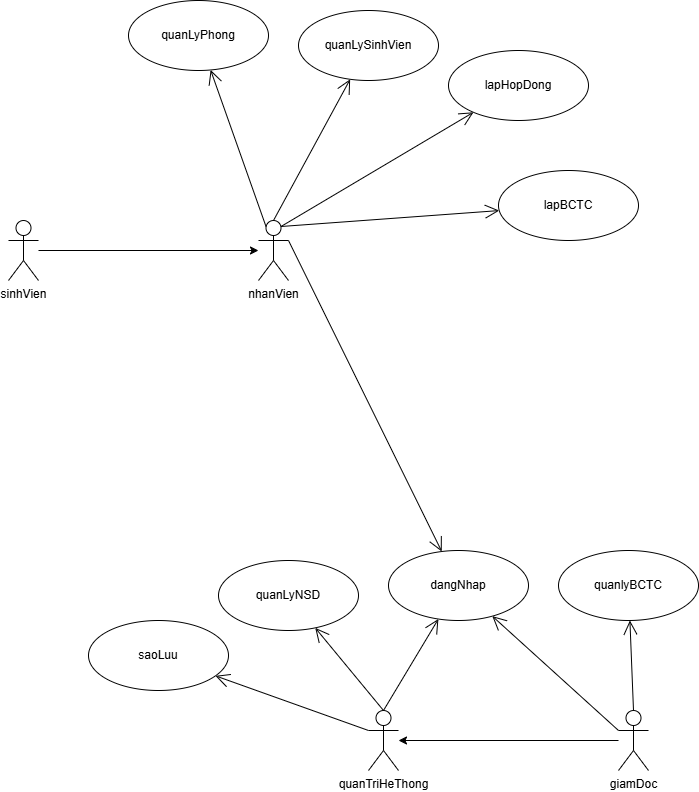
Earlier version of the draw.io export QuanLyKTXUseCase.drawio.png (huyga1185/quanLyKTX_22CT4). Source tidied: cells renumbered, new cells last; positions are measured from the earlier drawing's top-left corner, leaving out a move shared by most shapes.
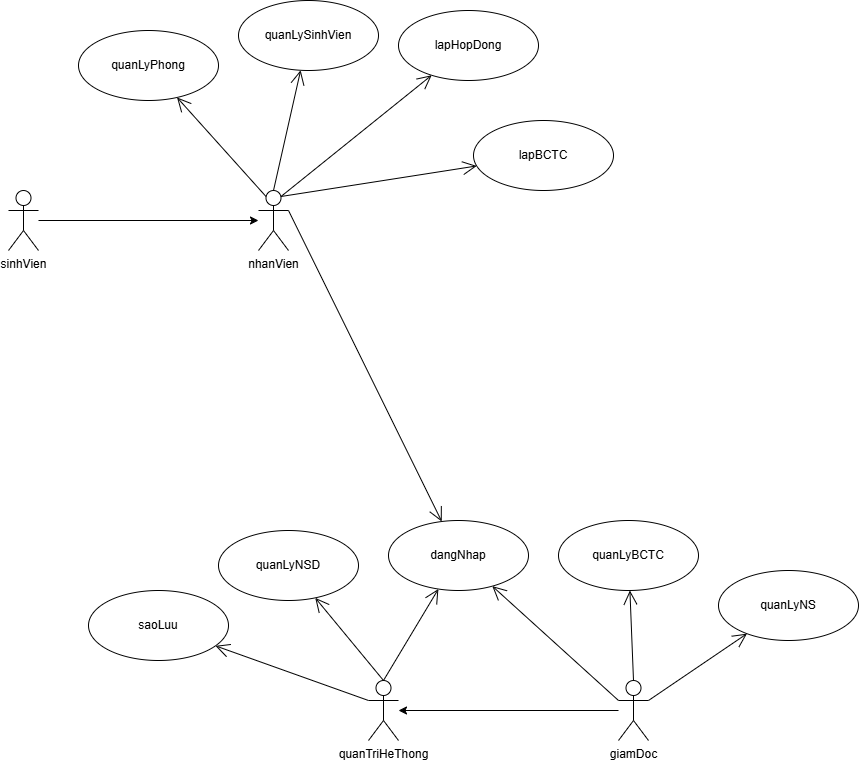
The same file after the commit.

Diff of the diagram source:
```diff
@@ -12,10 +12,10 @@
       <mxGeometry x="250" y="220" width="30" height="60" as="geometry" />
     </mxCell>
     <mxCell id="5" value="quanLySinhVien" style="ellipse;whiteSpace=wrap;html=1;" parent="1" vertex="1">
-      <mxGeometry x="290" y="10" width="140" height="70" as="geometry" />
+      <mxGeometry x="230" y="30" width="140" height="70" as="geometry" />
     </mxCell>
     <mxCell id="6" value="quanLyPhong" style="ellipse;whiteSpace=wrap;html=1;" parent="1" vertex="1">
-      <mxGeometry x="120" width="140" height="70" as="geometry" />
+      <mxGeometry x="70" y="60" width="140" height="70" as="geometry" />
     </mxCell>
     <mxCell id="7" value="dangNhap" style="ellipse;whiteSpace=wrap;html=1;" parent="1" vertex="1">
       <mxGeometry x="380" y="550" width="140" height="70" as="geometry" />
@@ -42,7 +42,7 @@
       <mxGeometry relative="1" as="geometry" />
     </mxCell>
     <mxCell id="15" value="lapBCTC" style="ellipse;whiteSpace=wrap;html=1;" parent="1" vertex="1">
-      <mxGeometry x="490" y="170" width="140" height="70" as="geometry" />
+      <mxGeometry x="465" y="150" width="140" height="70" as="geometry" />
     </mxCell>
     <mxCell id="16" style="endArrow=open;endFill=1;endSize=12;html=1;rounded=0;exitX=0.75;exitY=0.1;exitDx=0;exitDy=0;exitPerimeter=0;" parent="1" edge="1" source="4" target="15">
       <mxGeometry relative="1" as="geometry" />
@@ -57,7 +57,7 @@
       <mxGeometry relative="1" as="geometry" />
     </mxCell>
     <mxCell id="20" value="lapHopDong" style="ellipse;whiteSpace=wrap;html=1;" parent="1" vertex="1">
-      <mxGeometry x="440" y="50" width="140" height="70" as="geometry" />
+      <mxGeometry x="390" y="40" width="140" height="70" as="geometry" />
     </mxCell>
     <mxCell id="21" style="endArrow=open;endFill=1;endSize=12;html=1;rounded=0;exitX=0.75;exitY=0.1;exitDx=0;exitDy=0;exitPerimeter=0;" parent="1" edge="1" source="4" target="20">
       <mxGeometry relative="1" as="geometry" />
@@ -68,11 +68,17 @@
     <mxCell id="23" style="endArrow=open;endFill=1;endSize=12;html=1;rounded=0;exitX=0.5;exitY=0;exitDx=0;exitDy=0;exitPerimeter=0;" parent="1" edge="1" source="10" target="22">
       <mxGeometry relative="1" as="geometry" />
     </mxCell>
-    <mxCell id="24" value="quanlyBCTC" style="ellipse;whiteSpace=wrap;html=1;" parent="1" vertex="1">
+    <mxCell id="24" value="quanLyBCTC" style="ellipse;whiteSpace=wrap;html=1;" parent="1" vertex="1">
       <mxGeometry x="550" y="550" width="140" height="70" as="geometry" />
     </mxCell>
     <mxCell id="25" style="endArrow=open;endFill=1;endSize=12;html=1;rounded=0;exitX=0.5;exitY=0;exitDx=0;exitDy=0;exitPerimeter=0;" parent="1" edge="1" source="9" target="24">
       <mxGeometry relative="1" as="geometry" />
     </mxCell>
+    <mxCell id="26" value="quanLyNS" style="ellipse;whiteSpace=wrap;html=1;" parent="1" vertex="1">
+      <mxGeometry x="710" y="600" width="140" height="70" as="geometry" />
+    </mxCell>
+    <mxCell id="27" style="endArrow=open;endFill=1;endSize=12;html=1;rounded=0;exitX=1;exitY=0.3333333333333333;exitDx=0;exitDy=0;exitPerimeter=0;" parent="1" edge="1" source="9" target="26">
+      <mxGeometry relative="1" as="geometry" />
+    </mxCell>
   </root>
 </mxGraphModel>
```
